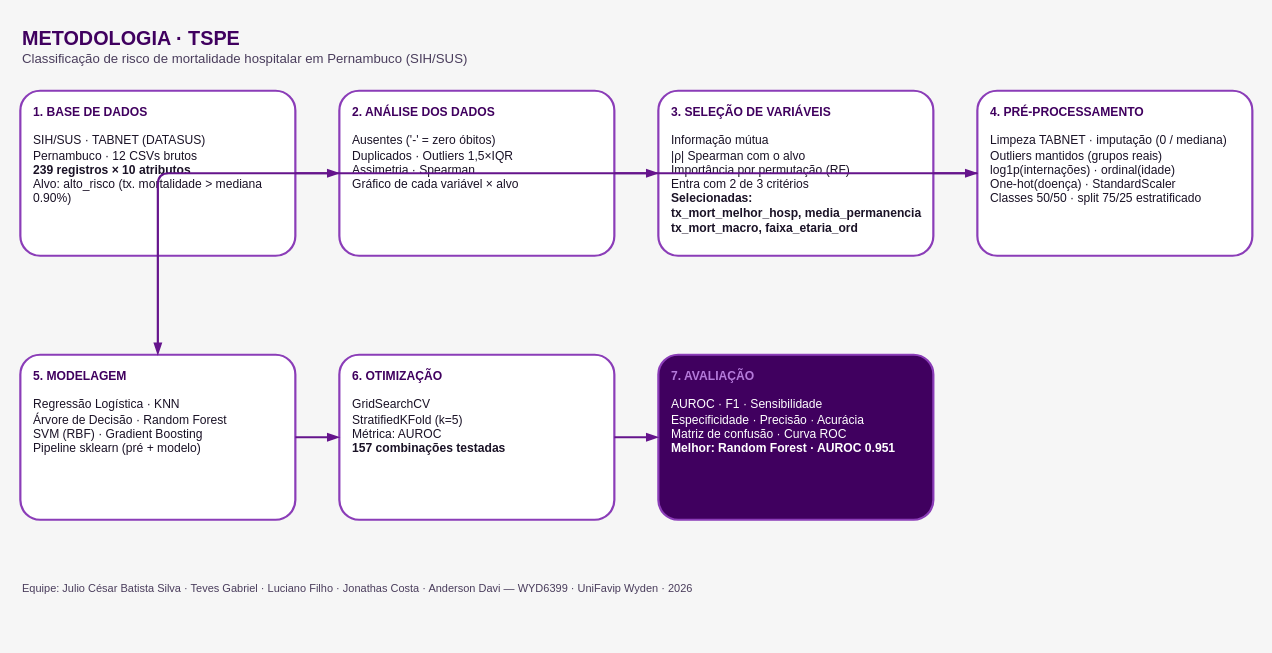
Before: docs/metodologia.drawio in juliobatista04/TSPE-v2, a draw.io diagram. Source tidied: cells renumbered, new cells numbered last; positions are measured from the earlier drawing's top-left corner, leaving out a move shared by most shapes. Both pictures are drawn from the tidied source at 110%, with x=0, y=0 at pixel (20, 19).
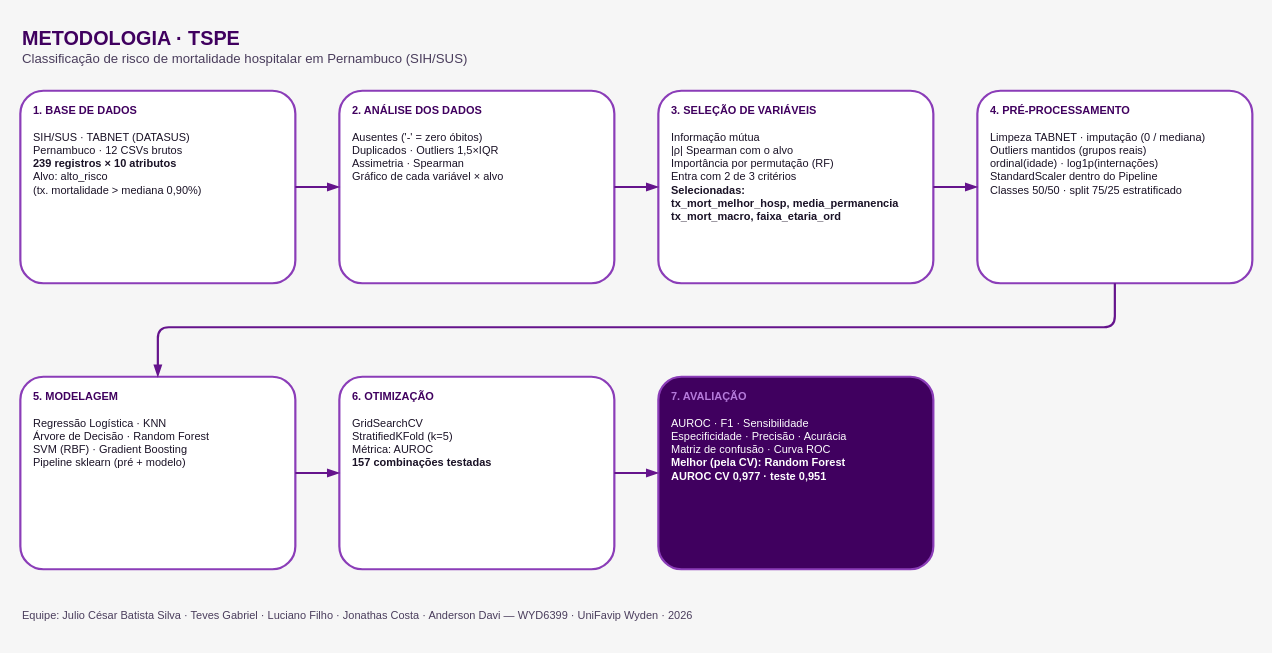
After the change.

Change to the diagram source:
```diff
@@
 <mxGraphModel background="#F6F6F6">
   <root>
     <mxCell id="0" />
     <mxCell id="1" parent="0" />
     <mxCell id="2" value="&lt;b&gt;&lt;font style='font-size:18px' color='#40005F'&gt;METODOLOGIA · TSPE&lt;/font&gt;&lt;/b&gt;&lt;br&gt;&lt;font color='#4A3D5C'&gt;Classificação de risco de mortalidade hospitalar em Pernambuco (SIH/SUS)&lt;/font&gt;" style="text;html=1;align=left;verticalAlign=middle;fontFamily=Helvetica;" parent="1" vertex="1">
       <mxGeometry width="800" height="50" as="geometry" />
     </mxCell>
-    <mxCell id="3" value="&lt;b&gt;&lt;font color='#40005F'&gt;1. BASE DE DADOS&lt;/font&gt;&lt;/b&gt;&lt;br&gt;&lt;br&gt;SIH/SUS · TABNET (DATASUS)&lt;br&gt;Pernambuco · 12 CSVs brutos&lt;br&gt;&lt;b&gt;239 registros × 10 atributos&lt;/b&gt;&lt;br&gt;Alvo: alto_risco (tx. mortalidade &amp;gt; mediana 0.90%)" style="rounded=1;whiteSpace=wrap;html=1;arcSize=12;fillColor=#FFFFFF;strokeColor=#8B3DB8;strokeWidth=2;fontColor=#1A1226;fontSize=11;align=left;spacingLeft=10;spacingRight=8;verticalAlign=top;spacingTop=6;fontFamily=Helvetica;" parent="1" vertex="1">
-      <mxGeometry y="65" width="250" height="150" as="geometry" />
+    <mxCell id="3" value="&lt;b&gt;&lt;font color='#40005F'&gt;1. BASE DE DADOS&lt;/font&gt;&lt;/b&gt;&lt;br&gt;&lt;br&gt;SIH/SUS · TABNET (DATASUS)&lt;br&gt;Pernambuco · 12 CSVs brutos&lt;br&gt;&lt;b&gt;239 registros × 10 atributos&lt;/b&gt;&lt;br&gt;Alvo: alto_risco&lt;br&gt;(tx. mortalidade &amp;gt; mediana 0,90%)" style="rounded=1;whiteSpace=wrap;html=1;arcSize=12;fillColor=#FFFFFF;strokeColor=#8B3DB8;strokeWidth=2;fontColor=#1A1226;fontSize=10;align=left;spacingLeft=10;spacingRight=8;verticalAlign=top;spacingTop=6;fontFamily=Helvetica;" parent="1" vertex="1">
+      <mxGeometry y="65" width="250" height="175" as="geometry" />
     </mxCell>
-    <mxCell id="4" value="&lt;b&gt;&lt;font color='#40005F'&gt;2. ANÁLISE DOS DADOS&lt;/font&gt;&lt;/b&gt;&lt;br&gt;&lt;br&gt;Ausentes ('-' = zero óbitos)&lt;br&gt;Duplicados · Outliers 1,5×IQR&lt;br&gt;Assimetria · Spearman&lt;br&gt;Gráfico de cada variável × alvo" style="rounded=1;whiteSpace=wrap;html=1;arcSize=12;fillColor=#FFFFFF;strokeColor=#8B3DB8;strokeWidth=2;fontColor=#1A1226;fontSize=11;align=left;spacingLeft=10;spacingRight=8;verticalAlign=top;spacingTop=6;fontFamily=Helvetica;" parent="1" vertex="1">
-      <mxGeometry x="290" y="65" width="250" height="150" as="geometry" />
+    <mxCell id="4" value="&lt;b&gt;&lt;font color='#40005F'&gt;2. ANÁLISE DOS DADOS&lt;/font&gt;&lt;/b&gt;&lt;br&gt;&lt;br&gt;Ausentes ('-' = zero óbitos)&lt;br&gt;Duplicados · Outliers 1,5×IQR&lt;br&gt;Assimetria · Spearman&lt;br&gt;Gráfico de cada variável × alvo" style="rounded=1;whiteSpace=wrap;html=1;arcSize=12;fillColor=#FFFFFF;strokeColor=#8B3DB8;strokeWidth=2;fontColor=#1A1226;fontSize=10;align=left;spacingLeft=10;spacingRight=8;verticalAlign=top;spacingTop=6;fontFamily=Helvetica;" parent="1" vertex="1">
+      <mxGeometry x="290" y="65" width="250" height="175" as="geometry" />
     </mxCell>
-    <mxCell id="5" value="&lt;b&gt;&lt;font color='#40005F'&gt;3. SELEÇÃO DE VARIÁVEIS&lt;/font&gt;&lt;/b&gt;&lt;br&gt;&lt;br&gt;Informação mútua&lt;br&gt;|ρ| Spearman com o alvo&lt;br&gt;Importância por permutação (RF)&lt;br&gt;Entra com 2 de 3 critérios&lt;br&gt;&lt;b&gt;Selecionadas:&lt;br&gt;tx_mort_melhor_hosp, media_permanencia&lt;br&gt;tx_mort_macro, faixa_etaria_ord&lt;/b&gt;" style="rounded=1;whiteSpace=wrap;html=1;arcSize=12;fillColor=#FFFFFF;strokeColor=#8B3DB8;strokeWidth=2;fontColor=#1A1226;fontSize=11;align=left;spacingLeft=10;spacingRight=8;verticalAlign=top;spacingTop=6;fontFamily=Helvetica;" parent="1" vertex="1">
-      <mxGeometry x="580" y="65" width="250" height="150" as="geometry" />
+    <mxCell id="5" value="&lt;b&gt;&lt;font color='#40005F'&gt;3. SELEÇÃO DE VARIÁVEIS&lt;/font&gt;&lt;/b&gt;&lt;br&gt;&lt;br&gt;Informação mútua&lt;br&gt;|ρ| Spearman com o alvo&lt;br&gt;Importância por permutação (RF)&lt;br&gt;Entra com 2 de 3 critérios&lt;br&gt;&lt;b&gt;Selecionadas:&lt;br&gt;tx_mort_melhor_hosp, media_permanencia&lt;br&gt;tx_mort_macro, faixa_etaria_ord&lt;/b&gt;" style="rounded=1;whiteSpace=wrap;html=1;arcSize=12;fillColor=#FFFFFF;strokeColor=#8B3DB8;strokeWidth=2;fontColor=#1A1226;fontSize=10;align=left;spacingLeft=10;spacingRight=8;verticalAlign=top;spacingTop=6;fontFamily=Helvetica;" parent="1" vertex="1">
+      <mxGeometry x="580" y="65" width="250" height="175" as="geometry" />
     </mxCell>
-    <mxCell id="6" value="&lt;b&gt;&lt;font color='#40005F'&gt;4. PRÉ-PROCESSAMENTO&lt;/font&gt;&lt;/b&gt;&lt;br&gt;&lt;br&gt;Limpeza TABNET · imputação (0 / mediana)&lt;br&gt;Outliers mantidos (grupos reais)&lt;br&gt;log1p(internações) · ordinal(idade)&lt;br&gt;One-hot(doença) · StandardScaler&lt;br&gt;Classes 50/50 · split 75/25 estratificado" style="rounded=1;whiteSpace=wrap;html=1;arcSize=12;fillColor=#FFFFFF;strokeColor=#8B3DB8;strokeWidth=2;fontColor=#1A1226;fontSize=11;align=left;spacingLeft=10;spacingRight=8;verticalAlign=top;spacingTop=6;fontFamily=Helvetica;" parent="1" vertex="1">
-      <mxGeometry x="870" y="65" width="250" height="150" as="geometry" />
+    <mxCell id="6" value="&lt;b&gt;&lt;font color='#40005F'&gt;4. PRÉ-PROCESSAMENTO&lt;/font&gt;&lt;/b&gt;&lt;br&gt;&lt;br&gt;Limpeza TABNET · imputação (0 / mediana)&lt;br&gt;Outliers mantidos (grupos reais)&lt;br&gt;ordinal(idade) · log1p(internações)&lt;br&gt;StandardScaler dentro do Pipeline&lt;br&gt;Classes 50/50 · split 75/25 estratificado" style="rounded=1;whiteSpace=wrap;html=1;arcSize=12;fillColor=#FFFFFF;strokeColor=#8B3DB8;strokeWidth=2;fontColor=#1A1226;fontSize=10;align=left;spacingLeft=10;spacingRight=8;verticalAlign=top;spacingTop=6;fontFamily=Helvetica;" parent="1" vertex="1">
+      <mxGeometry x="870" y="65" width="250" height="175" as="geometry" />
     </mxCell>
-    <mxCell id="7" value="&lt;b&gt;&lt;font color='#40005F'&gt;5. MODELAGEM&lt;/font&gt;&lt;/b&gt;&lt;br&gt;&lt;br&gt;Regressão Logística · KNN&lt;br&gt;Árvore de Decisão · Random Forest&lt;br&gt;SVM (RBF) · Gradient Boosting&lt;br&gt;Pipeline sklearn (pré + modelo)" style="rounded=1;whiteSpace=wrap;html=1;arcSize=12;fillColor=#FFFFFF;strokeColor=#8B3DB8;strokeWidth=2;fontColor=#1A1226;fontSize=11;align=left;spacingLeft=10;spacingRight=8;verticalAlign=top;spacingTop=6;fontFamily=Helvetica;" parent="1" vertex="1">
-      <mxGeometry y="305" width="250" height="150" as="geometry" />
+    <mxCell id="7" value="&lt;b&gt;&lt;font color='#40005F'&gt;5. MODELAGEM&lt;/font&gt;&lt;/b&gt;&lt;br&gt;&lt;br&gt;Regressão Logística · KNN&lt;br&gt;Árvore de Decisão · Random Forest&lt;br&gt;SVM (RBF) · Gradient Boosting&lt;br&gt;Pipeline sklearn (pré + modelo)" style="rounded=1;whiteSpace=wrap;html=1;arcSize=12;fillColor=#FFFFFF;strokeColor=#8B3DB8;strokeWidth=2;fontColor=#1A1226;fontSize=10;align=left;spacingLeft=10;spacingRight=8;verticalAlign=top;spacingTop=6;fontFamily=Helvetica;" parent="1" vertex="1">
+      <mxGeometry y="325" width="250" height="175" as="geometry" />
     </mxCell>
-    <mxCell id="8" value="&lt;b&gt;&lt;font color='#40005F'&gt;6. OTIMIZAÇÃO&lt;/font&gt;&lt;/b&gt;&lt;br&gt;&lt;br&gt;GridSearchCV&lt;br&gt;StratifiedKFold (k=5)&lt;br&gt;Métrica: AUROC&lt;br&gt;&lt;b&gt;157 combinações testadas&lt;/b&gt;" style="rounded=1;whiteSpace=wrap;html=1;arcSize=12;fillColor=#FFFFFF;strokeColor=#8B3DB8;strokeWidth=2;fontColor=#1A1226;fontSize=11;align=left;spacingLeft=10;spacingRight=8;verticalAlign=top;spacingTop=6;fontFamily=Helvetica;" parent="1" vertex="1">
-      <mxGeometry x="290" y="305" width="250" height="150" as="geometry" />
+    <mxCell id="8" value="&lt;b&gt;&lt;font color='#40005F'&gt;6. OTIMIZAÇÃO&lt;/font&gt;&lt;/b&gt;&lt;br&gt;&lt;br&gt;GridSearchCV&lt;br&gt;StratifiedKFold (k=5)&lt;br&gt;Métrica: AUROC&lt;br&gt;&lt;b&gt;157 combinações testadas&lt;/b&gt;" style="rounded=1;whiteSpace=wrap;html=1;arcSize=12;fillColor=#FFFFFF;strokeColor=#8B3DB8;strokeWidth=2;fontColor=#1A1226;fontSize=10;align=left;spacingLeft=10;spacingRight=8;verticalAlign=top;spacingTop=6;fontFamily=Helvetica;" parent="1" vertex="1">
+      <mxGeometry x="290" y="325" width="250" height="175" as="geometry" />
     </mxCell>
-    <mxCell id="9" value="&lt;b&gt;&lt;font color='#B57BDB'&gt;7. AVALIAÇÃO&lt;/font&gt;&lt;/b&gt;&lt;br&gt;&lt;br&gt;AUROC · F1 · Sensibilidade&lt;br&gt;Especificidade · Precisão · Acurácia&lt;br&gt;Matriz de confusão · Curva ROC&lt;br&gt;&lt;b&gt;Melhor: Random Forest · AUROC 0.951&lt;/b&gt;" style="rounded=1;whiteSpace=wrap;html=1;arcSize=12;fillColor=#40005F;strokeColor=#8B3DB8;strokeWidth=2;fontColor=#FFFFFF;fontSize=11;align=left;spacingLeft=10;spacingRight=8;verticalAlign=top;spacingTop=6;fontFamily=Helvetica;" parent="1" vertex="1">
-      <mxGeometry x="580" y="305" width="250" height="150" as="geometry" />
+    <mxCell id="9" value="&lt;b&gt;&lt;font color='#B57BDB'&gt;7. AVALIAÇÃO&lt;/font&gt;&lt;/b&gt;&lt;br&gt;&lt;br&gt;AUROC · F1 · Sensibilidade&lt;br&gt;Especificidade · Precisão · Acurácia&lt;br&gt;Matriz de confusão · Curva ROC&lt;br&gt;&lt;b&gt;Melhor (pela CV): Random Forest&lt;br&gt;AUROC CV 0,977 · teste 0,951&lt;/b&gt;" style="rounded=1;whiteSpace=wrap;html=1;arcSize=12;fillColor=#40005F;strokeColor=#8B3DB8;strokeWidth=2;fontColor=#FFFFFF;fontSize=10;align=left;spacingLeft=10;spacingRight=8;verticalAlign=top;spacingTop=6;fontFamily=Helvetica;" parent="1" vertex="1">
+      <mxGeometry x="580" y="325" width="250" height="175" as="geometry" />
     </mxCell>
-    <mxCell id="10" style="edgeStyle=orthogonalEdgeStyle;rounded=1;html=1;strokeColor=#65148C;strokeWidth=2;endArrow=blockThin;endFill=1;" parent="1" edge="1" source="3" target="4">
+    <mxCell id="10" style="edgeStyle=orthogonalEdgeStyle;rounded=1;html=1;strokeColor=#65148C;strokeWidth=2;endArrow=blockThin;endFill=1;exitX=1;exitY=0.5;exitDx=0;exitDy=0;entryX=0;entryY=0.5;entryDx=0;entryDy=0;" parent="1" edge="1" source="3" target="4">
       <mxGeometry relative="1" as="geometry" />
     </mxCell>
-    <mxCell id="11" style="edgeStyle=orthogonalEdgeStyle;rounded=1;html=1;strokeColor=#65148C;strokeWidth=2;endArrow=blockThin;endFill=1;" parent="1" edge="1" source="4" target="5">
+    <mxCell id="11" style="edgeStyle=orthogonalEdgeStyle;rounded=1;html=1;strokeColor=#65148C;strokeWidth=2;endArrow=blockThin;endFill=1;exitX=1;exitY=0.5;exitDx=0;exitDy=0;entryX=0;entryY=0.5;entryDx=0;entryDy=0;" parent="1" edge="1" source="4" target="5">
       <mxGeometry relative="1" as="geometry" />
     </mxCell>
-    <mxCell id="12" style="edgeStyle=orthogonalEdgeStyle;rounded=1;html=1;strokeColor=#65148C;strokeWidth=2;endArrow=blockThin;endFill=1;" parent="1" edge="1" source="5" target="6">
+    <mxCell id="12" style="edgeStyle=orthogonalEdgeStyle;rounded=1;html=1;strokeColor=#65148C;strokeWidth=2;endArrow=blockThin;endFill=1;exitX=1;exitY=0.5;exitDx=0;exitDy=0;entryX=0;entryY=0.5;entryDx=0;entryDy=0;" parent="1" edge="1" source="5" target="6">
       <mxGeometry relative="1" as="geometry" />
     </mxCell>
-    <mxCell id="13" style="edgeStyle=orthogonalEdgeStyle;rounded=1;html=1;strokeColor=#65148C;strokeWidth=2;endArrow=blockThin;endFill=1;" parent="1" edge="1" source="6" target="7">
-      <mxGeometry relative="1" as="geometry" />
+    <mxCell id="13" style="edgeStyle=orthogonalEdgeStyle;rounded=1;html=1;strokeColor=#65148C;strokeWidth=2;endArrow=blockThin;endFill=1;exitX=0.5;exitY=1;exitDx=0;exitDy=0;entryX=0.5;entryY=0;entryDx=0;entryDy=0;" parent="1" edge="1" source="6" target="7">
+      <mxGeometry relative="1" as="geometry">
+        <Array as="points">
+          <mxPoint x="995" y="280" />
+          <mxPoint x="125" y="280" />
+        </Array>
+      </mxGeometry>
     </mxCell>
-    <mxCell id="14" style="edgeStyle=orthogonalEdgeStyle;rounded=1;html=1;strokeColor=#65148C;strokeWidth=2;endArrow=blockThin;endFill=1;" parent="1" edge="1" source="7" target="8">
+    <mxCell id="14" style="edgeStyle=orthogonalEdgeStyle;rounded=1;html=1;strokeColor=#65148C;strokeWidth=2;endArrow=blockThin;endFill=1;exitX=1;exitY=0.5;exitDx=0;exitDy=0;entryX=0;entryY=0.5;entryDx=0;entryDy=0;" parent="1" edge="1" source="7" target="8">
       <mxGeometry relative="1" as="geometry" />
     </mxCell>
-    <mxCell id="15" style="edgeStyle=orthogonalEdgeStyle;rounded=1;html=1;strokeColor=#65148C;strokeWidth=2;endArrow=blockThin;endFill=1;" parent="1" edge="1" source="8" target="9">
+    <mxCell id="15" style="edgeStyle=orthogonalEdgeStyle;rounded=1;html=1;strokeColor=#65148C;strokeWidth=2;endArrow=blockThin;endFill=1;exitX=1;exitY=0.5;exitDx=0;exitDy=0;entryX=0;entryY=0.5;entryDx=0;entryDy=0;" parent="1" edge="1" source="8" target="9">
       <mxGeometry relative="1" as="geometry" />
     </mxCell>
     <mxCell id="16" value="Equipe: Julio César Batista Silva · Teves Gabriel · Luciano Filho · Jonathas Costa · Anderson Davi — WYD6399 · UniFavip Wyden · 2026" style="text;html=1;align=left;fontSize=10;fontColor=#4A3D5C;fontFamily=Helvetica;" parent="1" vertex="1">
-      <mxGeometry y="505" width="1000" height="30" as="geometry" />
+      <mxGeometry y="530" width="1000" height="30" as="geometry" />
     </mxCell>
   </root>
 </mxGraphModel>
```
